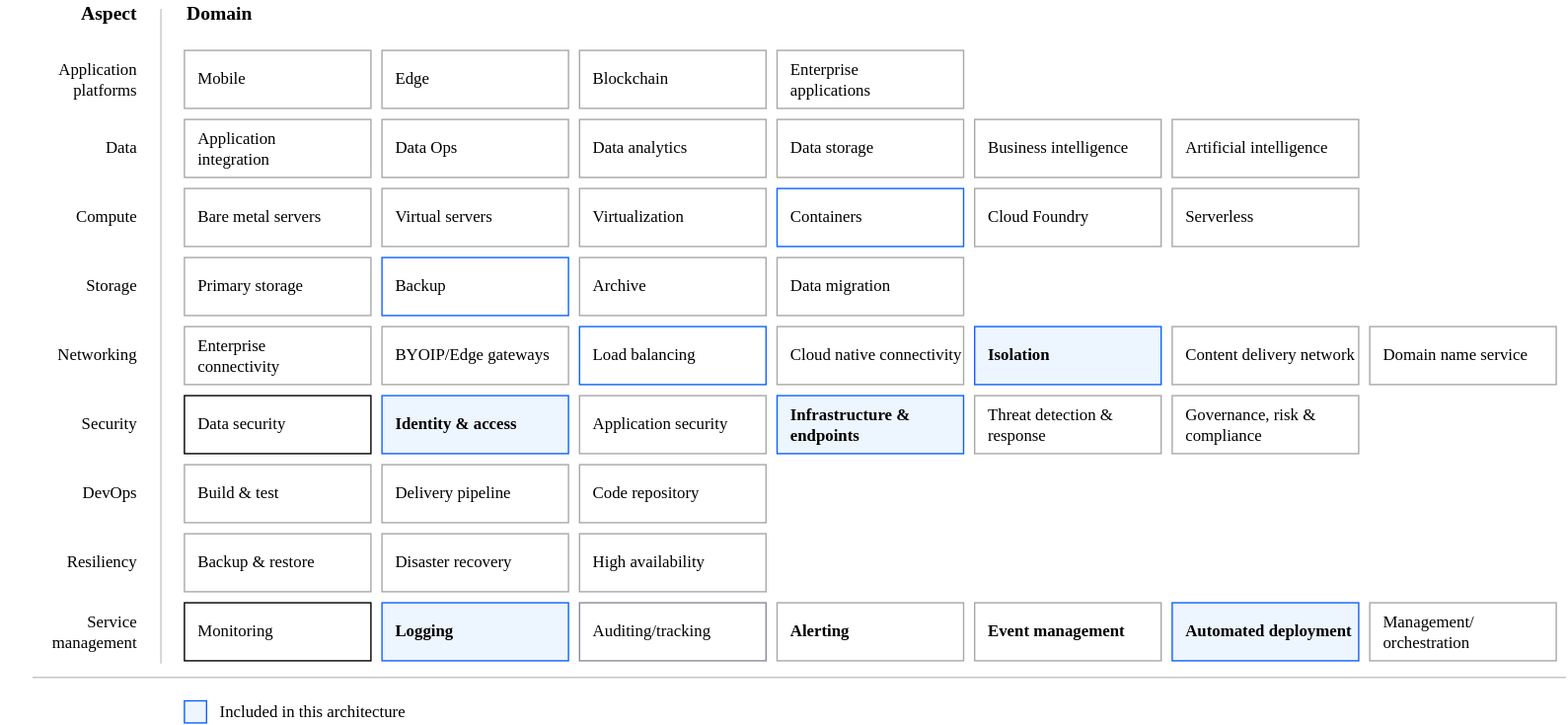
terraform-ibm-modules/terraform-ibm-landing-zone-vpc keeps this draw.io diagram as reference-architectures/heat-map-deploy-arch-slz-vpc-quickstart.svg. Above is the earlier version. Source tidied: cells renumbered, new cells last; positions are measured from the earlier drawing's top-left corner, leaving out a move shared by most shapes.
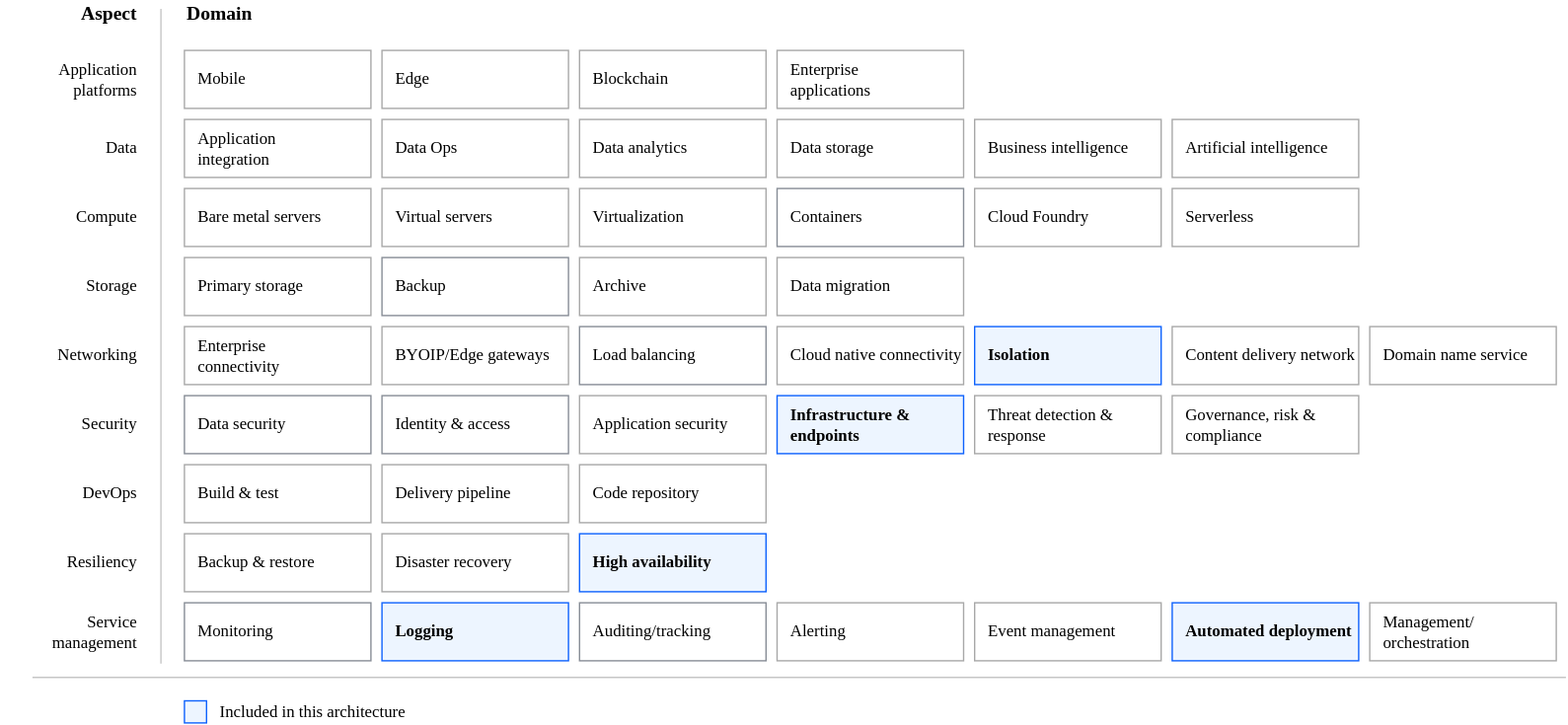
After the commit.

What changed in the source:
```diff
@@ -20,13 +20,13 @@
     <mxCell id="7" value="Build &amp;amp; test" style="rounded=0;whiteSpace=wrap;html=1;strokeColor=#A8A8A8;align=left;spacingLeft=8;fontFamily=IBM Plex Sans;" parent="1" vertex="1">
       <mxGeometry x="133" y="336" width="135" height="42" as="geometry" />
     </mxCell>
-    <mxCell id="8" value="Data security" style="rounded=0;whiteSpace=wrap;html=1;strokeColor=default;align=left;spacingLeft=8;fontFamily=IBM Plex Sans;fontStyle=0;fillColor=default;" parent="1" vertex="1">
+    <mxCell id="8" value="Data security" style="rounded=0;whiteSpace=wrap;html=1;strokeColor=light-dark(#878D96,#000000);align=left;spacingLeft=8;fontFamily=IBM Plex Sans;fontStyle=0;fillColor=default;" parent="1" vertex="1">
       <mxGeometry x="133" y="286" width="135" height="42" as="geometry" />
     </mxCell>
     <mxCell id="9" value="Backup &amp;amp; restore" style="rounded=0;whiteSpace=wrap;html=1;strokeColor=#A8A8A8;align=left;spacingLeft=8;fontFamily=IBM Plex Sans;" parent="1" vertex="1">
       <mxGeometry x="133" y="386" width="135" height="42" as="geometry" />
     </mxCell>
-    <mxCell id="10" value="Monitoring" style="rounded=0;whiteSpace=wrap;html=1;strokeColor=default;align=left;spacingLeft=8;fontFamily=IBM Plex Sans;fontStyle=0;fillColor=default;" parent="1" vertex="1">
+    <mxCell id="10" value="Monitoring" style="rounded=0;whiteSpace=wrap;html=1;strokeColor=light-dark(#878D96,#000000);align=left;spacingLeft=8;fontFamily=IBM Plex Sans;fontStyle=0;fillColor=default;" parent="1" vertex="1">
       <mxGeometry x="133" y="436" width="135" height="42" as="geometry" />
     </mxCell>
     <mxCell id="11" value="Edge" style="rounded=0;whiteSpace=wrap;html=1;strokeColor=#A8A8A8;align=left;spacingLeft=8;fontFamily=IBM Plex Sans;fillColor=default;fontStyle=0;" parent="1" vertex="1">
@@ -56,7 +56,7 @@
     <mxCell id="19" value="Virtualization" style="rounded=0;whiteSpace=wrap;html=1;strokeColor=#A8A8A8;align=left;spacingLeft=8;fontFamily=IBM Plex Sans;fillColor=default;fontStyle=0;" parent="1" vertex="1">
       <mxGeometry x="419" y="136" width="135" height="42" as="geometry" />
     </mxCell>
-    <mxCell id="20" value="Containers" style="rounded=0;whiteSpace=wrap;html=1;strokeColor=light-dark(#0E62FD,#5D5D5D);align=left;spacingLeft=8;fontFamily=IBM Plex Sans;fillColor=default;fontStyle=0;" parent="1" vertex="1">
+    <mxCell id="20" value="Containers" style="rounded=0;whiteSpace=wrap;html=1;strokeColor=light-dark(#878D96,#000000);align=left;spacingLeft=8;fontFamily=IBM Plex Sans;fillColor=default;fontStyle=0;" parent="1" vertex="1">
       <mxGeometry x="562" y="136" width="135" height="42" as="geometry" />
     </mxCell>
     <mxCell id="21" value="Cloud Foundry" style="rounded=0;whiteSpace=wrap;html=1;strokeColor=#A8A8A8;align=left;spacingLeft=8;fontFamily=IBM Plex Sans;fillColor=default;fontStyle=0;" parent="1" vertex="1">
@@ -65,7 +65,7 @@
     <mxCell id="22" value="Serverless" style="rounded=0;whiteSpace=wrap;html=1;strokeColor=#A8A8A8;align=left;spacingLeft=8;fontFamily=IBM Plex Sans;fillColor=default;fontStyle=0;" parent="1" vertex="1">
       <mxGeometry x="848" y="136" width="135" height="42" as="geometry" />
     </mxCell>
-    <mxCell id="23" value="Backup" style="rounded=0;whiteSpace=wrap;html=1;strokeColor=light-dark(#0E62FD,#5D5D5D);align=left;spacingLeft=8;fontFamily=IBM Plex Sans;fillColor=default;fontStyle=0;" parent="1" vertex="1">
+    <mxCell id="23" value="Backup" style="rounded=0;whiteSpace=wrap;html=1;strokeColor=light-dark(#878D96,#000000);align=left;spacingLeft=8;fontFamily=IBM Plex Sans;fillColor=default;fontStyle=0;" parent="1" vertex="1">
       <mxGeometry x="276" y="186" width="135" height="42" as="geometry" />
     </mxCell>
     <mxCell id="24" value="Archive" style="rounded=0;whiteSpace=wrap;html=1;strokeColor=#A8A8A8;align=left;spacingLeft=8;fontFamily=IBM Plex Sans;fillColor=default;fontStyle=0;" parent="1" vertex="1">
@@ -77,7 +77,7 @@
     <mxCell id="26" value="BYOIP/Edge gateways" style="rounded=0;whiteSpace=wrap;html=1;strokeColor=#A8A8A8;align=left;spacingLeft=8;fontFamily=IBM Plex Sans;fillColor=default;fontStyle=0;" parent="1" vertex="1">
       <mxGeometry x="276" y="236" width="135" height="42" as="geometry" />
     </mxCell>
-    <mxCell id="27" value="Load balancing" style="rounded=0;whiteSpace=wrap;html=1;strokeColor=light-dark(#0E62FD,#5D5D5D);align=left;spacingLeft=8;fontFamily=IBM Plex Sans;fillColor=default;fontStyle=0;" parent="1" vertex="1">
+    <mxCell id="27" value="Load balancing" style="rounded=0;whiteSpace=wrap;html=1;strokeColor=light-dark(#878D96,#000000);align=left;spacingLeft=8;fontFamily=IBM Plex Sans;fillColor=default;fontStyle=0;" parent="1" vertex="1">
       <mxGeometry x="419" y="236" width="135" height="42" as="geometry" />
     </mxCell>
     <mxCell id="28" value="Cloud native connectivity" style="rounded=0;whiteSpace=wrap;html=1;strokeColor=#A8A8A8;align=left;spacingLeft=8;fontFamily=IBM Plex Sans;fillColor=default;fontStyle=0;" parent="1" vertex="1">
@@ -92,7 +92,7 @@
     <mxCell id="31" value="Domain name service" style="rounded=0;whiteSpace=wrap;html=1;strokeColor=#A8A8A8;align=left;spacingLeft=8;fontFamily=IBM Plex Sans;fillColor=default;fontStyle=0;" parent="1" vertex="1">
       <mxGeometry x="991" y="236" width="135" height="42" as="geometry" />
     </mxCell>
-    <mxCell id="32" value="Identity &amp;amp; access" style="rounded=0;whiteSpace=wrap;html=1;strokeColor=light-dark(#0E62FD,#5CA4FF);align=left;spacingLeft=8;fontFamily=IBM Plex Sans;fillColor=light-dark(#EDF5FF,#151C24);fontStyle=1;" parent="1" vertex="1">
+    <mxCell id="32" value="&lt;span style=&quot;font-weight: normal;&quot;&gt;Identity &amp;amp; access&lt;/span&gt;" style="rounded=0;whiteSpace=wrap;html=1;strokeColor=light-dark(#878D96,#000000);align=left;spacingLeft=8;fontFamily=IBM Plex Sans;fillColor=#FFFFFF;fontStyle=1;" parent="1" vertex="1">
       <mxGeometry x="276" y="286" width="135" height="42" as="geometry" />
     </mxCell>
     <mxCell id="33" value="Application security" style="rounded=0;whiteSpace=wrap;html=1;strokeColor=#A8A8A8;align=left;spacingLeft=8;fontFamily=IBM Plex Sans;fillColor=default;fontStyle=0;" parent="1" vertex="1">
@@ -116,7 +116,7 @@
     <mxCell id="39" value="Disaster recovery" style="rounded=0;whiteSpace=wrap;html=1;strokeColor=#A8A8A8;align=left;spacingLeft=8;fontFamily=IBM Plex Sans;fillColor=default;fontStyle=0;" parent="1" vertex="1">
       <mxGeometry x="276" y="386" width="135" height="42" as="geometry" />
     </mxCell>
-    <mxCell id="40" value="High availability" style="rounded=0;whiteSpace=wrap;html=1;strokeColor=#A8A8A8;align=left;spacingLeft=8;fontFamily=IBM Plex Sans;fillColor=default;fontStyle=0;" parent="1" vertex="1">
+    <mxCell id="40" value="&lt;b&gt;High availability&lt;/b&gt;" style="rounded=0;whiteSpace=wrap;html=1;strokeColor=#0E62FD;align=left;spacingLeft=8;fontFamily=IBM Plex Sans;fillColor=#EDF5FF;fontStyle=0;" parent="1" vertex="1">
       <mxGeometry x="419" y="386" width="135" height="42" as="geometry" />
     </mxCell>
     <mxCell id="41" value="Logging" style="rounded=0;whiteSpace=wrap;html=1;strokeColor=light-dark(#0E62FD,#5CA4FF);align=left;spacingLeft=8;fontFamily=IBM Plex Sans;fillColor=light-dark(#EDF5FF,#151C24);fontStyle=1;" parent="1" vertex="1">
@@ -125,10 +125,10 @@
     <mxCell id="42" value="&lt;span style=&quot;font-weight: normal;&quot;&gt;Auditing/tracking&lt;/span&gt;" style="rounded=0;whiteSpace=wrap;html=1;strokeColor=light-dark(#878D96,#000000);align=left;spacingLeft=8;fontFamily=IBM Plex Sans;fillColor=default;fontStyle=1;" parent="1" vertex="1">
       <mxGeometry x="419" y="436" width="135" height="42" as="geometry" />
     </mxCell>
-    <mxCell id="43" value="Alerting" style="rounded=0;whiteSpace=wrap;html=1;strokeColor=light-dark(#A8A8A8,#5CA4FF);align=left;spacingLeft=8;fontFamily=IBM Plex Sans;fillColor=light-dark(#FFFFFF,#151C24);fontStyle=1;" parent="1" vertex="1">
+    <mxCell id="43" value="&lt;span style=&quot;font-weight: normal;&quot;&gt;Alerting&lt;/span&gt;" style="rounded=0;whiteSpace=wrap;html=1;strokeColor=light-dark(#A8A8A8,#5CA4FF);align=left;spacingLeft=8;fontFamily=IBM Plex Sans;fillColor=light-dark(#FFFFFF,#151C24);fontStyle=1;" parent="1" vertex="1">
       <mxGeometry x="562" y="436" width="135" height="42" as="geometry" />
     </mxCell>
-    <mxCell id="44" value="Event management" style="rounded=0;whiteSpace=wrap;html=1;strokeColor=light-dark(#A8A8A8,#5CA4FF);align=left;spacingLeft=8;fontFamily=IBM Plex Sans;fillColor=light-dark(#FFFFFF,#151C24);fontStyle=1;" parent="1" vertex="1">
+    <mxCell id="44" value="&lt;span style=&quot;font-weight: normal;&quot;&gt;Event management&lt;/span&gt;" style="rounded=0;whiteSpace=wrap;html=1;strokeColor=light-dark(#A8A8A8,#5CA4FF);align=left;spacingLeft=8;fontFamily=IBM Plex Sans;fillColor=light-dark(#FFFFFF,#151C24);fontStyle=1;" parent="1" vertex="1">
       <mxGeometry x="705" y="436" width="135" height="42" as="geometry" />
     </mxCell>
     <mxCell id="45" value="Automated deployment" style="rounded=0;whiteSpace=wrap;html=1;strokeColor=#0E62FD;align=left;spacingLeft=8;fontFamily=IBM Plex Sans;fillColor=#EDF5FF;fontStyle=1;" parent="1" vertex="1">
```
